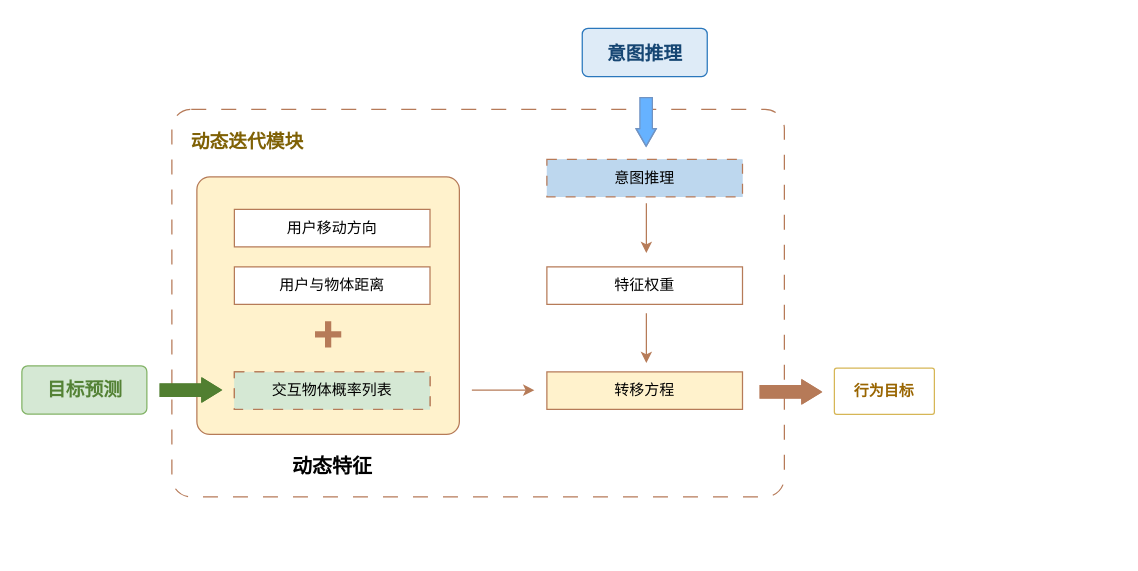
This is 迭代修正模块.drawio from Rinco1018/project_test, a draw.io file, before an edit. Source tidied: cells renumbered, new cells numbered last; positions are measured from the earlier drawing's top-left corner, leaving out a move shared by most shapes. Both pictures are drawn from the tidied source at 125%, with x=0, y=0 at pixel (21, 21).
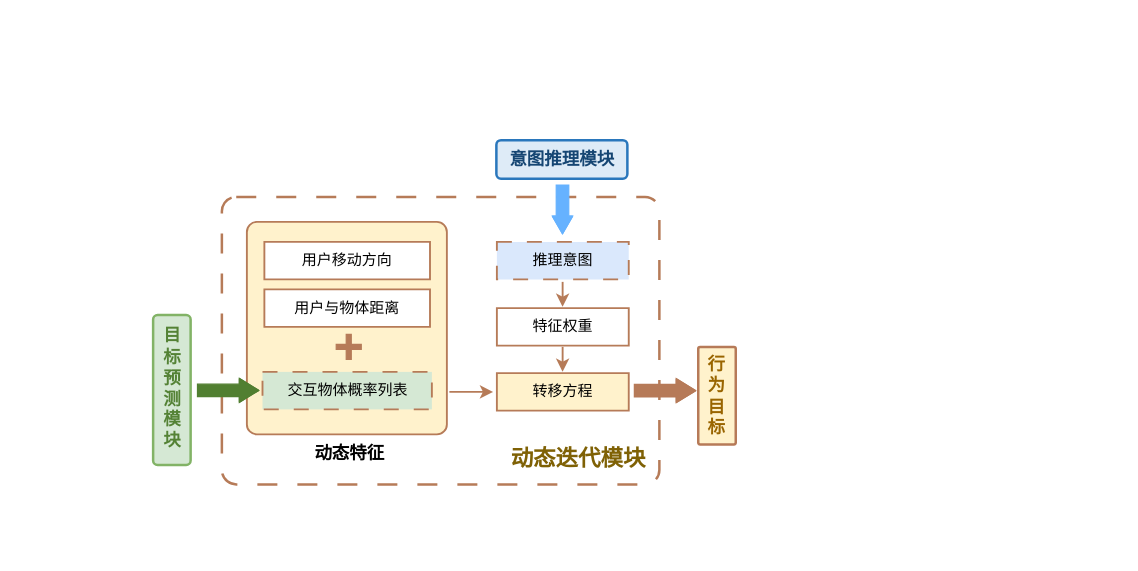
After the change.

Commit message:
更新迭代修正模块.drawio

What changed in the source:
```diff
@@
-    <mxCell id="2" style="rounded=1;arcSize=5;whiteSpace=wrap;html=1;fillColor=light-dark(#ffffff, #1f2f1e);strokeColor=light-dark(#b67a58, #446e2c);dashed=1;dashPattern=12 12;" parent="1" vertex="1">
-      <mxGeometry x="120" y="70" width="490" height="310" as="geometry" />
+    <mxCell id="2" style="rounded=1;arcSize=5;whiteSpace=wrap;html=1;fillColor=light-dark(#ffffff, #1f2f1e);strokeColor=light-dark(#b67b58, #5c79a3);dashed=1;strokeWidth=2;dashPattern=8 8;" parent="1" vertex="1">
+      <mxGeometry x="160" y="140" width="350" height="230" as="geometry" />
     </mxCell>
-    <mxCell id="3" style="rounded=1;arcSize=5;whiteSpace=wrap;html=1;fillColor=#fff2cc;strokeColor=light-dark(#b67b58, #6d5100);" parent="1" vertex="1">
-      <mxGeometry x="140" y="124" width="210" height="206" as="geometry" />
+    <mxCell id="3" style="rounded=1;arcSize=5;whiteSpace=wrap;html=1;fillColor=#fff2cc;strokeColor=light-dark(#b67b58, #6d5100);strokeWidth=1.5;" parent="1" vertex="1">
+      <mxGeometry x="180" y="160" width="160" height="170" as="geometry" />
     </mxCell>
-    <mxCell id="4" value="&lt;font face=&quot;Times New Roman&quot;&gt;&lt;span style=&quot;font-size: 15px;&quot;&gt;动态迭代模块&lt;/span&gt;&lt;/font&gt;" style="text;html=1;align=center;verticalAlign=middle;strokeColor=none;fillColor=none;fontColor=light-dark(#7f6105, #69c195);fontStyle=1;" parent="1" vertex="1">
-      <mxGeometry x="126" y="80" width="108" height="30" as="geometry" />
+    <mxCell id="4" value="&lt;font style=&quot;font-size: 18px;&quot; face=&quot;Times New Roman&quot;&gt;动态迭代模块&lt;/font&gt;" style="text;html=1;align=center;verticalAlign=middle;strokeColor=none;fillColor=none;fontColor=light-dark(#7f6105, #69c195);fontStyle=1;" parent="1" vertex="1">
+      <mxGeometry x="380" y="330" width="130" height="40" as="geometry" />
     </mxCell>
     <mxCell id="5" style="group;" parent="1" vertex="1">
-      <mxGeometry y="270" width="100" height="50" as="geometry" />
+      <mxGeometry x="40" y="270" width="100" height="84.4" as="geometry" />
     </mxCell>
-    <mxCell id="6" style="rounded=1;arcSize=12;whiteSpace=wrap;html=1;fillColor=#d5e8d4;strokeColor=#82b366;align=center;verticalAlign=middle;fontFamily=Helvetica;fontSize=12;" parent="5" vertex="1">
-      <mxGeometry y="5.2" width="100" height="38.5" as="geometry" />
+    <mxCell id="6" style="rounded=1;arcSize=12;whiteSpace=wrap;html=1;fillColor=#d5e8d4;strokeColor=#82b366;align=center;verticalAlign=middle;fontFamily=Helvetica;fontSize=12;strokeWidth=2;" parent="5" vertex="1">
+      <mxGeometry x="65" y="-35.5" width="30" height="120" as="geometry" />
     </mxCell>
-    <mxCell id="7" value="&lt;font style=&quot;font-size: 15px;&quot; face=&quot;Times New Roman&quot;&gt;目标预测&lt;/font&gt;" style="text;html=1;align=center;verticalAlign=middle;strokeColor=none;fillColor=none;fontColor=light-dark(#548235, #69c195);fontStyle=1;" parent="5" vertex="1">
-      <mxGeometry x="11" y="9.4" width="78" height="30" as="geometry" />
+    <mxCell id="7" value="&lt;font style=&quot;font-size: 14px;&quot; face=&quot;Times New Roman&quot;&gt;目&lt;/font&gt;&lt;div&gt;&lt;font style=&quot;font-size: 14px;&quot; face=&quot;Times New Roman&quot;&gt;标&lt;/font&gt;&lt;/div&gt;&lt;div&gt;&lt;font style=&quot;font-size: 14px;&quot; face=&quot;Times New Roman&quot;&gt;预&lt;/font&gt;&lt;/div&gt;&lt;div&gt;&lt;font style=&quot;font-size: 14px;&quot; face=&quot;Times New Roman&quot;&gt;测&lt;/font&gt;&lt;/div&gt;&lt;div&gt;&lt;font style=&quot;font-size: 14px;&quot; face=&quot;Times New Roman&quot;&gt;模&lt;/font&gt;&lt;/div&gt;&lt;div&gt;&lt;font style=&quot;font-size: 14px;&quot; face=&quot;Times New Roman&quot;&gt;块&lt;/font&gt;&lt;/div&gt;" style="text;html=1;align=center;verticalAlign=middle;strokeColor=none;fillColor=none;fontColor=light-dark(#548235, #69c195);fontStyle=1;" parent="5" vertex="1">
+      <mxGeometry x="60" y="-30.6" width="40" height="110" as="geometry" />
     </mxCell>
     <mxCell id="8" style="shape=flexArrow;endArrow=classic;html=1;rounded=0;fillColor=light-dark(#517f31, #2566a8);strokeColor=light-dark(#517f31, #ededed);endWidth=8.045977011494253;endSize=4.83448275862069;" parent="1" edge="1">
       <mxGeometry relative="1" as="geometry">
-        <mxPoint x="110" y="294.5" as="sourcePoint" />
-        <mxPoint x="160" y="294.5" as="targetPoint" />
+        <mxPoint x="140" y="294.8" as="sourcePoint" />
+        <mxPoint x="190" y="294.8" as="targetPoint" />
         <Array as="points">
-          <mxPoint x="120" y="294.5" />
+          <mxPoint x="150" y="294.8" />
         </Array>
       </mxGeometry>
     </mxCell>
-    <mxCell id="9" style="group;fillColor=#d5e8d4;strokeColor=light-dark(#b67b58, #446e2c);dashed=1;dashPattern=8 8;" parent="1" vertex="1">
-      <mxGeometry x="170" y="280" width="156.5" height="30" as="geometry" />
+    <mxCell id="9" style="group;fillColor=#d5e8d4;strokeColor=light-dark(#b67b58, #446e2c);dashed=1;dashPattern=8 8;strokeWidth=1.5;" parent="1" vertex="1">
+      <mxGeometry x="192.5" y="280" width="135.5" height="30" as="geometry" />
     </mxCell>
-    <mxCell id="10" style="verticalLabelPosition=bottom;verticalAlign=top;html=1;shape=mxgraph.basic.rect;fillColor2=none;strokeWidth=1;size=20;indent=5;strokeColor=light-dark(#b67b58, #446e2c);align=center;fontFamily=Helvetica;fontSize=12;fillColor=#d5e8d4;dashed=1;dashPattern=8 8;" parent="9" vertex="1">
-      <mxGeometry width="156.5" height="30" as="geometry" />
-    </mxCell>
     <mxCell id="11" value="交互物体概率列表" style="text;html=1;align=center;verticalAlign=middle;whiteSpace=wrap;rounded=0;" parent="9" vertex="1">
-      <mxGeometry y="7.5" width="156.5" height="15" as="geometry" />
+      <mxGeometry y="7.5" width="135.5" height="15" as="geometry" />
     </mxCell>
-    <mxCell id="12" style="group;" parent="1" vertex="1">
-      <mxGeometry x="170" y="150" width="156.5" height="30" as="geometry" />
+    <mxCell id="12" style="group;strokeWidth=1.5;" parent="1" vertex="1">
+      <mxGeometry x="194" y="176" width="132.5" height="30" as="geometry" />
     </mxCell>
-    <mxCell id="13" style="verticalLabelPosition=bottom;verticalAlign=top;html=1;shape=mxgraph.basic.rect;fillColor2=none;strokeWidth=1;size=20;indent=5;strokeColor=light-dark(#b67b58, #6d5100);align=center;fontFamily=Helvetica;fontSize=12;fillColor=default;" parent="12" vertex="1">
-      <mxGeometry width="156.5" height="30" as="geometry" />
+    <mxCell id="13" style="verticalLabelPosition=bottom;verticalAlign=top;html=1;shape=mxgraph.basic.rect;fillColor2=none;strokeWidth=1.5;size=20;indent=5;strokeColor=light-dark(#b67b58, #6d5100);align=center;fontFamily=Helvetica;fontSize=12;fillColor=default;" parent="12" vertex="1">
+      <mxGeometry width="132.5" height="30" as="geometry" />
     </mxCell>
     <mxCell id="14" value="用户移动方向" style="text;html=1;align=center;verticalAlign=middle;whiteSpace=wrap;rounded=0;" parent="12" vertex="1">
-      <mxGeometry y="7.5" width="156.5" height="15" as="geometry" />
+      <mxGeometry y="7.5" width="132.5" height="15" as="geometry" />
     </mxCell>
     <mxCell id="15" style="shape=cross;whiteSpace=wrap;html=1;fillColor=light-dark(#b67b58, #ededed);strokeColor=light-dark(#b67b58, #ededed);" parent="1" vertex="1">
-      <mxGeometry x="235" y="240" width="20" height="20" as="geometry" />
+      <mxGeometry x="251.5" y="250" width="20" height="20" as="geometry" />
     </mxCell>
-    <mxCell id="16" value="&lt;font style=&quot;font-size: 16px;&quot;&gt;&lt;b&gt;动态特征&lt;/b&gt;&lt;/font&gt;" style="text;html=1;align=center;verticalAlign=middle;strokeColor=none;fillColor=none;" parent="1" vertex="1">
-      <mxGeometry x="203.3" y="340" width="90" height="30" as="geometry" />
+    <mxCell id="16" value="&lt;font style=&quot;font-size: 14px;&quot;&gt;&lt;b style=&quot;&quot;&gt;动态特征&lt;/b&gt;&lt;/font&gt;" style="text;html=1;align=center;verticalAlign=middle;strokeColor=none;fillColor=none;" parent="1" vertex="1">
+      <mxGeometry x="221.5" y="330" width="80" height="30" as="geometry" />
     </mxCell>
-    <mxCell id="17" style="endArrow=classic;html=1;rounded=1;strokeColor=light-dark(#b67b58, #28ab6a);align=center;verticalAlign=middle;fontFamily=Helvetica;fontSize=11;fontColor=default;labelBackgroundColor=default;curved=0;fillColor=#1ba1e2;" parent="1" edge="1">
+    <mxCell id="17" style="endArrow=classic;html=1;rounded=1;strokeColor=light-dark(#b67b58, #28ab6a);align=center;verticalAlign=middle;fontFamily=Helvetica;fontSize=11;fontColor=default;labelBackgroundColor=default;curved=0;fillColor=#1ba1e2;strokeWidth=1.5;" parent="1" edge="1">
       <mxGeometry relative="1" as="geometry">
-        <mxPoint x="360" y="294.6" as="sourcePoint" />
-        <mxPoint x="410" y="294.6" as="targetPoint" />
+        <mxPoint x="342" y="296" as="sourcePoint" />
+        <mxPoint x="377" y="296" as="targetPoint" />
       </mxGeometry>
     </mxCell>
     <mxCell id="18" style="group;" parent="1" vertex="1">
-      <mxGeometry x="448.3" width="100" height="50" as="geometry" />
+      <mxGeometry x="370" y="90" width="120" height="40" as="geometry" />
     </mxCell>
-    <mxCell id="19" style="rounded=1;arcSize=12;whiteSpace=wrap;html=1;fillColor=light-dark(#deebf7, #1d293b);strokeColor=light-dark(#2a77bc, #5c79a3);align=center;verticalAlign=middle;fontFamily=Helvetica;fontSize=12;fontColor=default;" parent="18" vertex="1">
-      <mxGeometry y="5.2" width="100" height="38.5" as="geometry" />
+    <mxCell id="19" style="rounded=1;arcSize=12;whiteSpace=wrap;html=1;fillColor=light-dark(#deebf7, #1d293b);strokeColor=light-dark(#2a77bc, #5c79a3);align=center;verticalAlign=middle;fontFamily=Helvetica;fontSize=12;fontColor=default;strokeWidth=2;" parent="18" vertex="1">
+      <mxGeometry x="9.6" y="4.6" width="104.8" height="30.8" as="geometry" />
     </mxCell>
-    <mxCell id="20" value="&lt;span style=&quot;font-size: 15px; font-family: &amp;quot;Times New Roman&amp;quot;; background-color: transparent; color: light-dark(rgb(22, 70, 115), rgb(105, 193, 149));&quot;&gt;意图推理&lt;/span&gt;" style="text;html=1;align=center;verticalAlign=middle;strokeColor=none;fillColor=none;fontColor=light-dark(#164673, #69c195);fontStyle=1;" parent="18" vertex="1">
-      <mxGeometry x="11" y="10" width="78" height="30" as="geometry" />
+    <mxCell id="20" value="&lt;font style=&quot;font-size: 14px;&quot;&gt;意图推理模块&lt;/font&gt;" style="text;html=1;align=center;verticalAlign=middle;strokeColor=none;fillColor=none;fontColor=light-dark(#164673, #69c195);fontStyle=1;" parent="18" vertex="1">
+      <mxGeometry x="7" y="4.6" width="110" height="30" as="geometry" />
     </mxCell>
-    <mxCell id="21" style="shape=flexArrow;endArrow=classic;html=1;rounded=0;fillColor=#66B2FF;strokeColor=light-dark(#7193c2, #ededed);endWidth=5.2;endSize=4.356;" parent="1" edge="1">
+    <mxCell id="21" style="shape=flexArrow;endArrow=classic;html=1;rounded=0;fillColor=#66B2FF;strokeColor=light-dark(#66b2ff, #ededed);endWidth=5.2;endSize=4.356;" parent="1" edge="1">
       <mxGeometry relative="1" as="geometry">
-        <mxPoint x="499.4" y="60" as="sourcePoint" />
-        <mxPoint x="499.4" y="100" as="targetPoint" />
+        <mxPoint x="432.5" y="130" as="sourcePoint" />
+        <mxPoint x="432.5" y="170" as="targetPoint" />
         <Array as="points">
-          <mxPoint x="499.4" y="71.7" />
+          <mxPoint x="432.5" y="141.7" />
         </Array>
       </mxGeometry>
     </mxCell>
-    <mxCell id="22" style="group;dashed=1;dashPattern=8 8;fillColor=light-dark(#bdd7ee, #ededed);" parent="1" vertex="1">
-      <mxGeometry x="420" y="110" width="156.5" height="30" as="geometry" />
-    </mxCell>
-    <mxCell id="23" style="verticalLabelPosition=bottom;verticalAlign=top;html=1;shape=mxgraph.basic.rect;fillColor2=none;strokeWidth=1;size=20;indent=5;strokeColor=light-dark(#b67a58, #ededed);align=center;fontFamily=Helvetica;fontSize=12;fontColor=default;fillColor=light-dark(#bdd7ee, #ededed);dashed=1;dashPattern=8 8;" parent="22" vertex="1">
-      <mxGeometry width="156.5" height="30" as="geometry" />
-    </mxCell>
-    <mxCell id="24" value="意图推理" style="text;html=1;align=center;verticalAlign=middle;whiteSpace=wrap;rounded=0;" parent="22" vertex="1">
-      <mxGeometry y="7.5" width="156.5" height="15" as="geometry" />
-    </mxCell>
-    <mxCell id="25" style="endArrow=classic;html=1;rounded=1;strokeColor=light-dark(#b67b58, #28ab6a);align=center;verticalAlign=middle;fontFamily=Helvetica;fontSize=11;fontColor=default;labelBackgroundColor=default;curved=0;fillColor=#1ba1e2;" parent="1" edge="1">
-      <mxGeometry relative="1" as="geometry">
-        <mxPoint x="499.6" y="145" as="sourcePoint" />
-        <mxPoint x="499.6" y="185" as="targetPoint" />
-      </mxGeometry>
-    </mxCell>
     <mxCell id="26" style="group;" parent="1" vertex="1">
-      <mxGeometry x="420" y="196" width="455.3" height="223" as="geometry" />
+      <mxGeometry x="326.5" y="200" width="455.3" height="223" as="geometry" />
     </mxCell>
-    <mxCell id="27" style="verticalLabelPosition=bottom;verticalAlign=top;html=1;shape=mxgraph.basic.rect;fillColor2=none;strokeWidth=1;size=20;indent=5;strokeColor=light-dark(#b67b58, #6d5100);align=center;fontFamily=Helvetica;fontSize=12;fillColor=default;" parent="26" vertex="1">
-      <mxGeometry width="156.5" height="30" as="geometry" />
-    </mxCell>
-    <mxCell id="28" value="特征权重" style="text;html=1;align=center;verticalAlign=middle;whiteSpace=wrap;rounded=0;" parent="26" vertex="1">
-      <mxGeometry y="7.5" width="156.5" height="15" as="geometry" />
-    </mxCell>
     <mxCell id="29" style="shape=flexArrow;endArrow=classic;html=1;rounded=0;fillColor=light-dark(#b67a58, #36210a);strokeColor=light-dark(#b67a58, #996500);endWidth=8.045977011494253;endSize=4.83448275862069;" parent="26" edge="1">
       <mxGeometry relative="1" as="geometry">
-        <mxPoint x="170" y="100" as="sourcePoint" />
-        <mxPoint x="220" y="100" as="targetPoint" />
+        <mxPoint x="163" y="95" as="sourcePoint" />
+        <mxPoint x="213" y="95" as="targetPoint" />
         <Array as="points">
-          <mxPoint x="180" y="100" />
+          <mxPoint x="173" y="95" />
         </Array>
       </mxGeometry>
     </mxCell>
-    <mxCell id="30" value="&lt;b&gt;&lt;font style=&quot;color: rgb(153, 101, 0);&quot;&gt;行为目标&lt;/font&gt;&lt;/b&gt;" style="rounded=1;arcSize=5;whiteSpace=wrap;html=1;fillColor=none;strokeColor=#d6b656;" parent="26" vertex="1">
-      <mxGeometry x="230" y="81" width="80" height="37" as="geometry" />
+    <mxCell id="30" value="&lt;b&gt;&lt;font style=&quot;color: rgb(153, 101, 0); font-size: 14px;&quot;&gt;行&lt;/font&gt;&lt;/b&gt;&lt;div&gt;&lt;b&gt;&lt;font style=&quot;color: rgb(153, 101, 0); font-size: 14px;&quot;&gt;为&lt;/font&gt;&lt;/b&gt;&lt;/div&gt;&lt;div&gt;&lt;b&gt;&lt;font style=&quot;color: rgb(153, 101, 0); font-size: 14px;&quot;&gt;目&lt;/font&gt;&lt;/b&gt;&lt;/div&gt;&lt;div&gt;&lt;b&gt;&lt;font style=&quot;color: rgb(153, 101, 0); font-size: 14px;&quot;&gt;标&lt;/font&gt;&lt;/b&gt;&lt;/div&gt;" style="rounded=1;arcSize=5;whiteSpace=wrap;html=1;fillColor=#fff2cc;strokeColor=light-dark(#b67a58, #6d5100);strokeWidth=2;" parent="26" vertex="1">
+      <mxGeometry x="214.6" y="60" width="30" height="78" as="geometry" />
     </mxCell>
-    <mxCell id="31" style="group;" parent="1" vertex="1">
-      <mxGeometry x="420" y="280" width="156.5" height="30" as="geometry" />
+    <mxCell id="31" style="group;strokeWidth=1.5;" parent="1" vertex="1">
+      <mxGeometry x="380" y="281" width="105.5" height="30" as="geometry" />
     </mxCell>
-    <mxCell id="32" style="verticalLabelPosition=bottom;verticalAlign=top;html=1;shape=mxgraph.basic.rect;fillColor2=none;strokeWidth=1;size=20;indent=5;strokeColor=light-dark(#b67b58, #6d5100);align=center;fontFamily=Helvetica;fontSize=12;fillColor=light-dark(#fff2cc, #ededed);" parent="31" vertex="1">
-      <mxGeometry width="156.5" height="30" as="geometry" />
+    <mxCell id="32" style="verticalLabelPosition=bottom;verticalAlign=top;html=1;shape=mxgraph.basic.rect;fillColor2=none;strokeWidth=1.5;size=20;indent=5;strokeColor=light-dark(#b67b58, #6d5100);align=center;fontFamily=Helvetica;fontSize=12;fillColor=light-dark(#fff2cc, #ededed);" parent="31" vertex="1">
+      <mxGeometry width="105.5" height="30" as="geometry" />
     </mxCell>
     <mxCell id="33" value="转移方程" style="text;html=1;align=center;verticalAlign=middle;whiteSpace=wrap;rounded=0;" parent="31" vertex="1">
-      <mxGeometry y="7.5" width="156.5" height="15" as="geometry" />
+      <mxGeometry y="7.5" width="105.5" height="15" as="geometry" />
     </mxCell>
-    <mxCell id="34" style="endArrow=classic;html=1;rounded=1;strokeColor=light-dark(#b67b58, #28ab6a);align=center;verticalAlign=middle;fontFamily=Helvetica;fontSize=11;fontColor=default;labelBackgroundColor=default;curved=0;fillColor=#1ba1e2;" parent="1" edge="1">
+    <mxCell id="34" style="endArrow=classic;html=1;rounded=1;strokeColor=light-dark(#b67b58, #28ab6a);align=center;verticalAlign=middle;fontFamily=Helvetica;fontSize=11;fontColor=default;labelBackgroundColor=default;curved=0;fillColor=#1ba1e2;strokeWidth=1.5;" parent="1" edge="1">
       <mxGeometry relative="1" as="geometry">
-        <mxPoint x="499.6" y="233" as="sourcePoint" />
-        <mxPoint x="499.6" y="273" as="targetPoint" />
+        <mxPoint x="432.6" y="260" as="sourcePoint" />
+        <mxPoint x="432.6" y="280" as="targetPoint" />
       </mxGeometry>
     </mxCell>
-    <mxCell id="35" style="group;" parent="1" vertex="1">
-      <mxGeometry x="170" y="196" width="156.5" height="30" as="geometry" />
+    <mxCell id="35" style="group;strokeWidth=1.5;" parent="1" vertex="1">
+      <mxGeometry x="194" y="214" width="132.5" height="30" as="geometry" />
     </mxCell>
-    <mxCell id="36" style="verticalLabelPosition=bottom;verticalAlign=top;html=1;shape=mxgraph.basic.rect;fillColor2=none;strokeWidth=1;size=20;indent=5;strokeColor=light-dark(#b67b58, #6d5100);align=center;fontFamily=Helvetica;fontSize=12;fillColor=default;" parent="35" vertex="1">
-      <mxGeometry width="156.5" height="30" as="geometry" />
+    <mxCell id="36" style="verticalLabelPosition=bottom;verticalAlign=top;html=1;shape=mxgraph.basic.rect;fillColor2=none;strokeWidth=1.5;size=20;indent=5;strokeColor=light-dark(#b67b58, #6d5100);align=center;fontFamily=Helvetica;fontSize=12;fillColor=default;" parent="35" vertex="1">
+      <mxGeometry width="132.5" height="30" as="geometry" />
     </mxCell>
     <mxCell id="37" value="用户与物体距离" style="text;html=1;align=center;verticalAlign=middle;whiteSpace=wrap;rounded=0;" parent="35" vertex="1">
-      <mxGeometry y="7.5" width="156.5" height="15" as="geometry" />
+      <mxGeometry y="7.5" width="132.5" height="15" as="geometry" />
     </mxCell>
+    <mxCell id="38" style="group;strokeWidth=8;" parent="1" vertex="1">
+      <mxGeometry x="380" y="229" width="105.5" height="30" as="geometry" />
+    </mxCell>
+    <mxCell id="39" style="verticalLabelPosition=bottom;verticalAlign=top;html=1;shape=mxgraph.basic.rect;fillColor2=none;strokeWidth=1.5;size=20;indent=5;strokeColor=light-dark(#b67b58, #6d5100);align=center;fontFamily=Helvetica;fontSize=12;fillColor=default;" parent="38" vertex="1">
+      <mxGeometry width="105.5" height="30" as="geometry" />
+    </mxCell>
+    <mxCell id="28" value="特征权重" style="text;html=1;align=center;verticalAlign=middle;whiteSpace=wrap;rounded=0;" parent="38" vertex="1">
+      <mxGeometry y="7.5" width="105.5" height="15" as="geometry" />
+    </mxCell>
+    <mxCell id="40" style="group;strokeWidth=8;" parent="1" vertex="1">
+      <mxGeometry x="380" y="176" width="105.5" height="30" as="geometry" />
+    </mxCell>
+    <mxCell id="41" style="verticalLabelPosition=bottom;verticalAlign=top;html=1;shape=mxgraph.basic.rect;fillColor2=none;strokeWidth=1.5;size=20;indent=5;strokeColor=light-dark(#b67b58, #5c79a3);align=center;fontFamily=Helvetica;fontSize=12;fillColor=#dae8fc;dashed=1;dashPattern=8 8;" parent="40" vertex="1">
+      <mxGeometry width="105.5" height="30" as="geometry" />
+    </mxCell>
+    <mxCell id="42" value="推理意图" style="text;html=1;align=center;verticalAlign=middle;whiteSpace=wrap;rounded=0;" parent="40" vertex="1">
+      <mxGeometry y="7.5" width="105.5" height="15" as="geometry" />
+    </mxCell>
+    <mxCell id="43" style="endArrow=classic;html=1;rounded=1;strokeColor=light-dark(#b67b58, #28ab6a);align=center;verticalAlign=middle;fontFamily=Helvetica;fontSize=11;fontColor=default;labelBackgroundColor=default;curved=0;fillColor=#1ba1e2;strokeWidth=1.5;" parent="1" edge="1">
+      <mxGeometry relative="1" as="geometry">
+        <mxPoint x="432.6" y="208" as="sourcePoint" />
+        <mxPoint x="432.6" y="228" as="targetPoint" />
+      </mxGeometry>
+    </mxCell>
```
